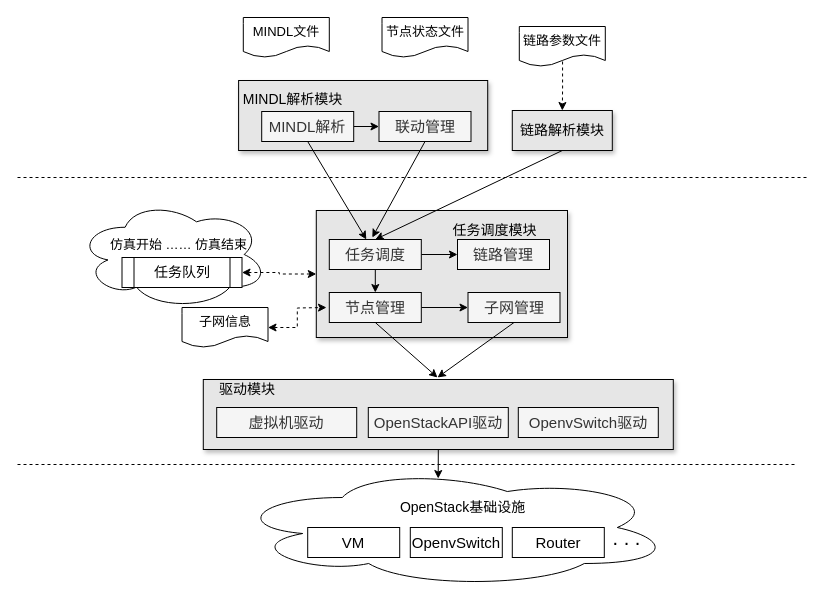
Before: page "renew2_原型系统架构" (5 of 5) of 网络仿真系统.drawio in Icarus1994/neutron_conf, a draw.io diagram. Source tidied: cells renumbered, new cells numbered last; positions are measured from the earlier drawing's top-left corner, leaving out a move shared by most shapes. Both pictures are drawn from the tidied source at 100%, with x=0, y=0 at pixel (17, 17).
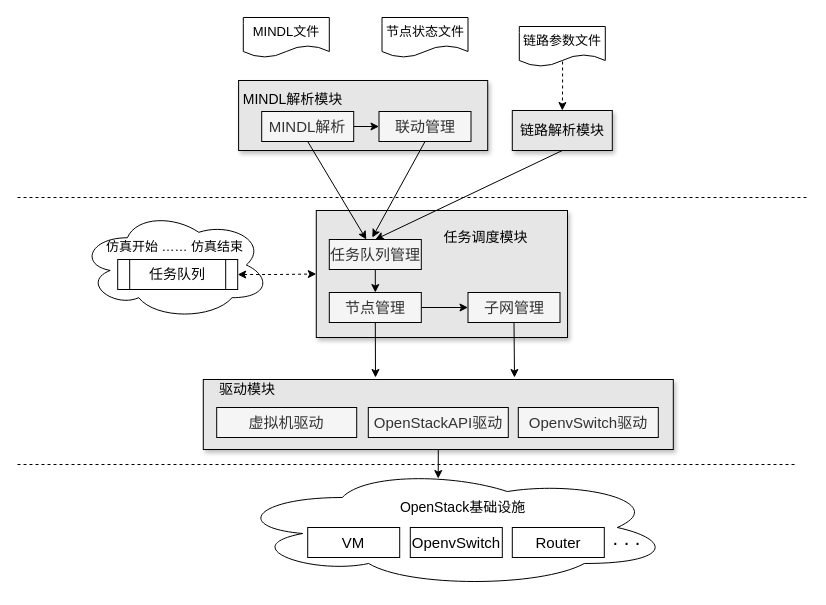
The same diagram, later.

Commit message:
Update 网络仿真系统.drawio

Unchanged cells that the change refers to:
```xml
<mxCell id="40" value="&lt;span style=&quot;font-size: 15px&quot;&gt;子网管理&lt;/span&gt;" style="rounded=0;whiteSpace=wrap;html=1;fillColor=#f5f5f5;strokeColor=#000000;fontColor=#333333;" parent="1" vertex="1">
  <mxGeometry x="450.5" y="275" width="92" height="30" as="geometry" />
</mxCell>
<mxCell id="41" value="&lt;span style=&quot;font-size: 15px&quot;&gt;节点管理&lt;/span&gt;" style="rounded=0;whiteSpace=wrap;html=1;fillColor=#f5f5f5;strokeColor=#000000;fontColor=#333333;" parent="1" vertex="1">
  <mxGeometry x="311.8" y="275" width="92" height="30" as="geometry" />
</mxCell>
```

What changed in the source:
```diff
@@
     <mxCell id="2" style="ellipse;shape=cloud;whiteSpace=wrap;html=1;" parent="1" vertex="1">
-      <mxGeometry x="60" y="182.5" width="190.5" height="109" as="geometry" />
+      <mxGeometry x="62.2" y="193" width="190.5" height="109" as="geometry" />
     </mxCell>
@@
     <mxCell id="20" style="endArrow=none;dashed=1;html=1;fontSize=13;" parent="1" edge="1">
       <mxGeometry relative="1" as="geometry">
-        <mxPoint y="160" as="sourcePoint" />
-        <mxPoint x="790" y="160" as="targetPoint" />
+        <mxPoint y="180" as="sourcePoint" />
+        <mxPoint x="790" y="180" as="targetPoint" />
       </mxGeometry>
     </mxCell>
@@
-    <mxCell id="26" style="edgeStyle=none;rounded=0;jettySize=auto;html=1;exitX=1;exitY=0.5;exitDx=0;exitDy=0;entryX=0;entryY=0.5;entryDx=0;entryDy=0;" parent="1" edge="1" source="27" target="45">
-      <mxGeometry relative="1" as="geometry" />
-    </mxCell>
-    <mxCell id="27" value="&lt;span style=&quot;font-size: 15px&quot;&gt;任务调度&lt;/span&gt;" style="rounded=0;whiteSpace=wrap;html=1;fillColor=#f5f5f5;strokeColor=#000000;fontColor=#333333;" parent="1" vertex="1">
+    <mxCell id="27" value="&lt;span style=&quot;font-size: 15px&quot;&gt;任务队列管理&lt;/span&gt;" style="rounded=0;whiteSpace=wrap;html=1;fillColor=#f5f5f5;strokeColor=#000000;fontColor=#333333;" parent="1" vertex="1">
       <mxGeometry x="311.8" y="222" width="92" height="30" as="geometry" />
     </mxCell>
@@
     <mxCell id="29" value="&lt;font style=&quot;font-size: 14px&quot;&gt;任务队列&lt;/font&gt;" style="shape=process;whiteSpace=wrap;html=1;backgroundOutline=1;" parent="1" vertex="1">
-      <mxGeometry x="104.5" y="240" width="120" height="30" as="geometry" />
+      <mxGeometry x="100.2" y="242" width="120" height="30" as="geometry" />
     </mxCell>
     <mxCell id="30" value="&lt;font style=&quot;font-size: 14px&quot;&gt;任务调度模块&lt;/font&gt;" style="text;html=1;align=center;verticalAlign=middle;" parent="1" vertex="1">
-      <mxGeometry x="430" y="203" width="94" height="19" as="geometry" />
+      <mxGeometry x="420.8" y="210" width="94" height="19" as="geometry" />
     </mxCell>
     <mxCell id="31" value="&lt;font style=&quot;font-size: 13px&quot;&gt;仿真开始 …… 仿真结束&lt;/font&gt;" style="text;html=1;strokeColor=none;fillColor=none;align=center;verticalAlign=middle;whiteSpace=wrap;rounded=0;" parent="1" vertex="1">
-      <mxGeometry x="84.2" y="217" width="155" height="20" as="geometry" />
+      <mxGeometry x="80" y="219" width="155" height="20" as="geometry" />
     </mxCell>
@@
     <mxCell id="39" style="edgeStyle=none;rounded=0;jettySize=auto;html=1;exitX=0.5;exitY=1;exitDx=0;exitDy=0;" parent="1" edge="1" source="40">
       <mxGeometry relative="1" as="geometry">
-        <mxPoint x="420" y="360" as="targetPoint" />
+        <mxPoint x="497" y="360" as="targetPoint" />
       </mxGeometry>
     </mxCell>
@@
     <mxCell id="42" style="edgeStyle=none;rounded=0;jettySize=auto;html=1;exitX=0.5;exitY=1;exitDx=0;exitDy=0;" parent="1" edge="1" source="41">
       <mxGeometry relative="1" as="geometry">
-        <mxPoint x="420" y="360" as="targetPoint" />
+        <mxPoint x="358" y="360" as="targetPoint" />
       </mxGeometry>
     </mxCell>
-    <mxCell id="43" value="子网信息" style="shape=document;whiteSpace=wrap;html=1;boundedLbl=1;fontSize=13;" parent="1" vertex="1">
-      <mxGeometry x="164.5" y="290" width="86" height="40" as="geometry" />
-    </mxCell>
-    <mxCell id="44" style="edgeStyle=orthogonalEdgeStyle;rounded=0;jettySize=auto;html=1;exitX=1;exitY=0.5;exitDx=0;exitDy=0;dashed=1;startArrow=classic;startFill=1;" parent="1" edge="1" source="43">
-      <mxGeometry relative="1" as="geometry">
-        <mxPoint x="309" y="290" as="targetPoint" />
-      </mxGeometry>
-    </mxCell>
-    <mxCell id="45" value="&lt;span style=&quot;font-size: 15px&quot;&gt;链路管理&lt;/span&gt;" style="rounded=0;whiteSpace=wrap;html=1;fillColor=#f5f5f5;strokeColor=#000000;fontColor=#333333;" parent="1" vertex="1">
-      <mxGeometry x="440" y="222" width="92" height="30" as="geometry" />
-    </mxCell>
```
